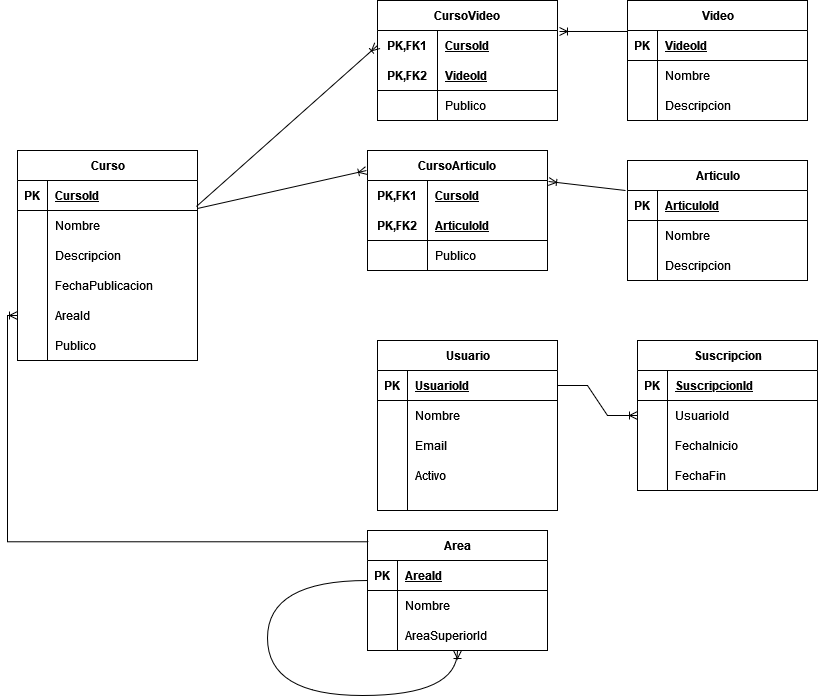
This is 01-modelado/images/diagram.png from josueroque/backend-entregas, a draw.io export, as it was before one commit. Source tidied: cells renumbered, new cells last; positions are measured from the earlier drawing's top-left corner, leaving out a move shared by most shapes.
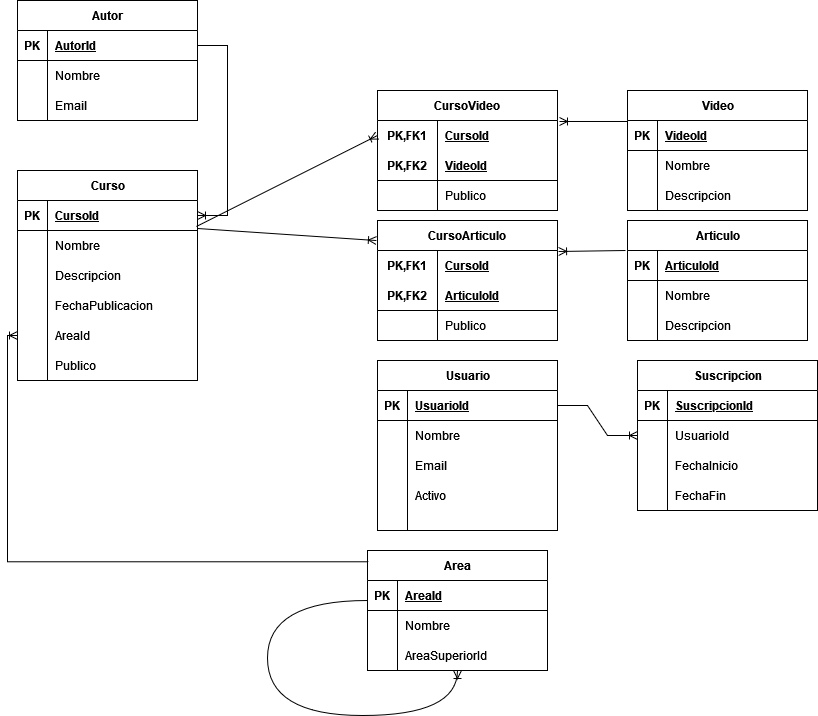
After the commit.

The edit, as a diff of the source:
```diff
@@ -60,7 +60,7 @@
       <mxGeometry x="30" width="150" height="30" as="geometry" />
     </mxCell>
     <mxCell id="21" value="Video" style="shape=table;startSize=30;rowLines=0;fontStyle=1;align=center;html=1;" parent="1" vertex="1">
-      <mxGeometry x="620" width="180" height="120" as="geometry" />
+      <mxGeometry x="620" y="70" width="180" height="120" as="geometry" />
     </mxCell>
     <mxCell id="22" style="shape=tableRow;horizontal=0;startSize=0;swimlaneHead=0;swimlaneBody=0;fillColor=none;points=[[0,0.5],[1,0.5]];portConstraint=eastwest;top=0;left=0;right=0;bottom=1;" parent="21" vertex="1">
       <mxGeometry y="30" width="180" height="30" as="geometry" />
@@ -90,7 +90,7 @@
       <mxGeometry x="30" width="150" height="30" as="geometry" />
     </mxCell>
     <mxCell id="31" value="CursoVideo" style="shape=table;startSize=30;rowLines=0;fontStyle=1;align=center;html=1;whiteSpace=wrap;" parent="1" vertex="1">
-      <mxGeometry x="370" width="180" height="120" as="geometry" />
+      <mxGeometry x="370" y="70" width="180" height="120" as="geometry" />
     </mxCell>
     <mxCell id="32" style="shape=tableRow;horizontal=0;startSize=0;swimlaneHead=0;swimlaneBody=0;fillColor=none;points=[[0,0.5],[1,0.5]];portConstraint=eastwest;top=0;left=0;right=0;bottom=0;html=1;" parent="31" vertex="1">
       <mxGeometry y="30" width="180" height="30" as="geometry" />
@@ -126,7 +126,7 @@
       <mxGeometry relative="1" as="geometry" />
     </mxCell>
     <mxCell id="43" value="Articulo" style="shape=table;startSize=30;rowLines=0;fontStyle=1;align=center;html=1;" parent="1" vertex="1">
-      <mxGeometry x="620" y="160" width="180" height="120" as="geometry" />
+      <mxGeometry x="620" y="200" width="180" height="120" as="geometry" />
     </mxCell>
     <mxCell id="44" style="shape=tableRow;horizontal=0;startSize=0;swimlaneHead=0;swimlaneBody=0;fillColor=none;points=[[0,0.5],[1,0.5]];portConstraint=eastwest;top=0;left=0;right=0;bottom=1;" parent="43" vertex="1">
       <mxGeometry y="30" width="180" height="30" as="geometry" />
@@ -156,7 +156,7 @@
       <mxGeometry x="30" width="150" height="30" as="geometry" />
     </mxCell>
     <mxCell id="53" value="CursoArticulo" style="shape=table;startSize=30;rowLines=0;fontStyle=1;align=center;html=1;whiteSpace=wrap;" parent="1" vertex="1">
-      <mxGeometry x="360" y="150" width="180" height="120" as="geometry" />
+      <mxGeometry x="370" y="200" width="180" height="120" as="geometry" />
     </mxCell>
     <mxCell id="54" style="shape=tableRow;horizontal=0;startSize=0;swimlaneHead=0;swimlaneBody=0;fillColor=none;points=[[0,0.5],[1,0.5]];portConstraint=eastwest;top=0;left=0;right=0;bottom=0;html=1;" parent="53" vertex="1">
       <mxGeometry y="30" width="180" height="30" as="geometry" />
@@ -326,5 +326,44 @@
     <mxCell id="106" style="edgeStyle=entityRelationEdgeStyle;fontSize=12;html=1;endArrow=ERoneToMany;rounded=0;exitX=1;exitY=0.5;exitDx=0;exitDy=0;entryX=0;entryY=0.5;entryDx=0;entryDy=0;" parent="1" edge="1" source="78" target="97">
       <mxGeometry relative="1" as="geometry" />
     </mxCell>
+    <mxCell id="107" value="Autor" style="shape=table;startSize=30;rowLines=0;fontStyle=1;align=center;html=1;" parent="1" vertex="1">
+      <mxGeometry x="10" y="-20" width="180" height="120" as="geometry" />
+    </mxCell>
+    <mxCell id="108" style="shape=tableRow;horizontal=0;startSize=0;swimlaneHead=0;swimlaneBody=0;fillColor=none;points=[[0,0.5],[1,0.5]];portConstraint=eastwest;top=0;left=0;right=0;bottom=1;" parent="107" vertex="1">
+      <mxGeometry y="30" width="180" height="30" as="geometry" />
+    </mxCell>
+    <mxCell id="109" value="PK" style="shape=partialRectangle;fillColor=none;top=0;left=0;bottom=0;right=0;fontStyle=1;overflow=hidden;whiteSpace=wrap;html=1;" parent="108" vertex="1">
+      <mxGeometry width="30" height="30" as="geometry" />
+    </mxCell>
+    <mxCell id="110" value="AutorId" style="shape=partialRectangle;fillColor=none;top=0;left=0;bottom=0;right=0;align=left;spacingLeft=6;fontStyle=5;overflow=hidden;whiteSpace=wrap;html=1;" parent="108" vertex="1">
+      <mxGeometry x="30" width="150" height="30" as="geometry" />
+    </mxCell>
+    <mxCell id="111" style="shape=tableRow;horizontal=0;startSize=0;swimlaneHead=0;swimlaneBody=0;fillColor=none;top=0;left=0;right=0;bottom=0;" parent="107" vertex="1">
+      <mxGeometry y="60" width="180" height="30" as="geometry" />
+    </mxCell>
+    <mxCell id="112" style="shape=partialRectangle;fillColor=none;top=0;left=0;bottom=0;right=0;overflow=hidden;whiteSpace=wrap;html=1;" parent="111" vertex="1">
+      <mxGeometry width="30" height="30" as="geometry" />
+    </mxCell>
+    <mxCell id="113" value="&lt;div&gt;Nombre&lt;/div&gt;" style="shape=partialRectangle;fillColor=none;top=0;left=0;bottom=0;right=0;align=left;spacingLeft=6;overflow=hidden;whiteSpace=wrap;html=1;" parent="111" vertex="1">
+      <mxGeometry x="30" width="150" height="30" as="geometry" />
+    </mxCell>
+    <mxCell id="114" style="shape=tableRow;horizontal=0;startSize=0;swimlaneHead=0;swimlaneBody=0;fillColor=none;top=0;left=0;right=0;bottom=0;" parent="107" vertex="1">
+      <mxGeometry y="90" width="180" height="30" as="geometry" />
+    </mxCell>
+    <mxCell id="115" style="shape=partialRectangle;fillColor=none;top=0;left=0;bottom=0;right=0;overflow=hidden;whiteSpace=wrap;html=1;" parent="114" vertex="1">
+      <mxGeometry width="30" height="30" as="geometry" />
+    </mxCell>
+    <mxCell id="116" value="Email" style="shape=partialRectangle;fillColor=none;top=0;left=0;bottom=0;right=0;align=left;spacingLeft=6;overflow=hidden;whiteSpace=wrap;html=1;" parent="114" vertex="1">
+      <mxGeometry x="30" width="150" height="30" as="geometry" />
+    </mxCell>
+    <mxCell id="117" style="edgeStyle=entityRelationEdgeStyle;fontSize=12;html=1;endArrow=ERoneToMany;rounded=0;" parent="1" edge="1" source="108" target="3">
+      <mxGeometry relative="1" as="geometry">
+        <Array as="points">
+          <mxPoint x="280" y="365" />
+          <mxPoint x="290" y="365" />
+          <mxPoint x="270" y="365" />
+        </Array>
+      </mxGeometry>
+    </mxCell>
   </root>
 </mxGraphModel>
```
